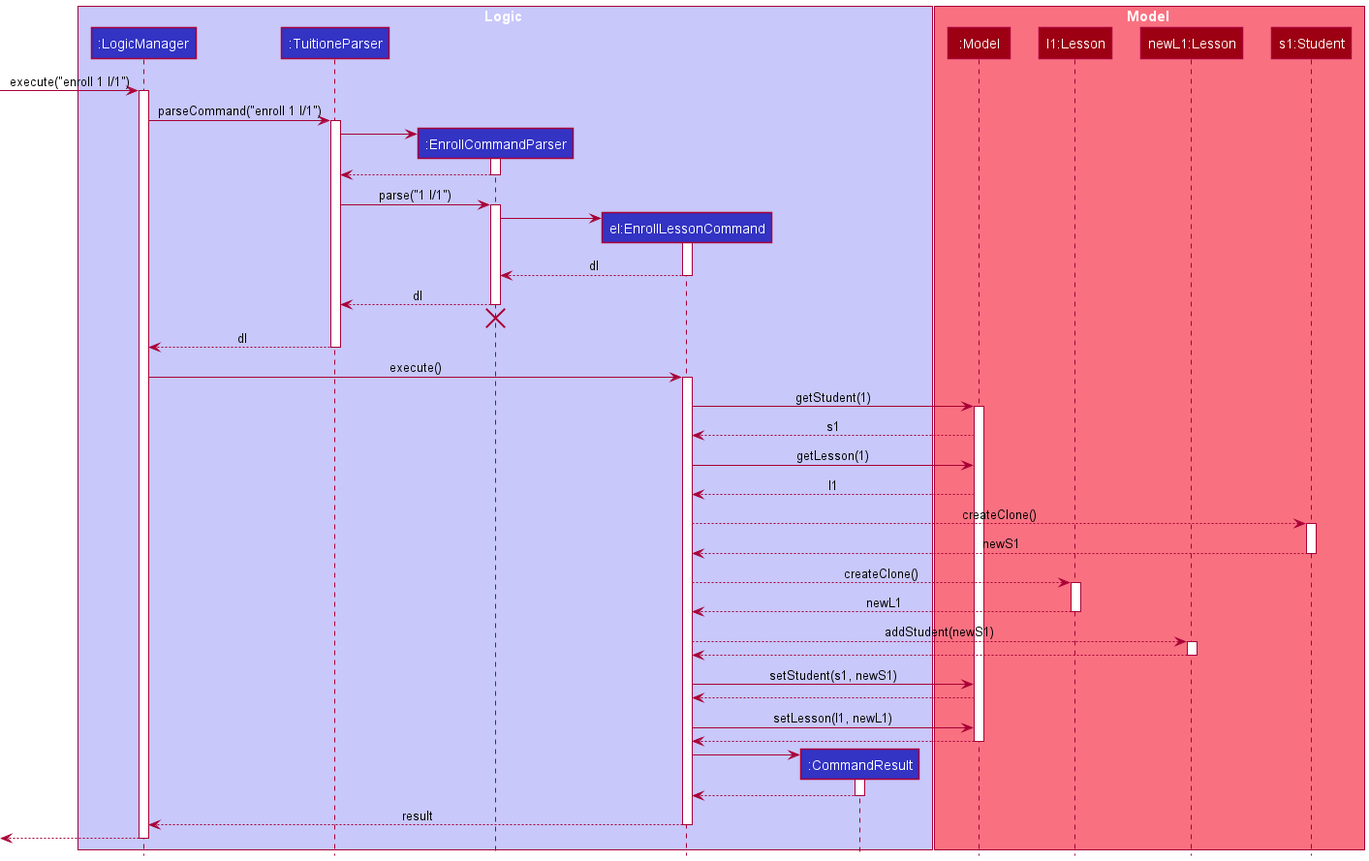
Before: docs/images/EnrollLessonSequenceDiagram.png, a diagram exported from PlantUML (nus-cs2103-AY2122S1/tp). Its diagram source:
```plantuml
@startuml
!include style.puml

box Logic LOGIC_COLOR_T1
participant ":LogicManager" as LogicManager LOGIC_COLOR
participant ":TuitioneParser" as TuitioneParser LOGIC_COLOR
participant ":EnrollCommandParser" as EnrollCommandParser LOGIC_COLOR
participant "el:EnrollLessonCommand" as EnrollLessonCommand LOGIC_COLOR
participant ":CommandResult" as CommandResult LOGIC_COLOR
end box

box Model MODEL_COLOR_T1
participant ":Model" as Model MODEL_COLOR
participant "l1:Lesson" as LessonL1 MODEL_COLOR
participant "newL1:Lesson" as NewLesson MODEL_COLOR
participant "s1:Student" as StudentS1 MODEL_COLOR


end box

[-> LogicManager : execute("enroll 1 l/1")
activate LogicManager

LogicManager -> TuitioneParser : parseCommand("enroll 1 l/1")
activate TuitioneParser

create EnrollCommandParser
TuitioneParser -> EnrollCommandParser

activate EnrollCommandParser
EnrollCommandParser --> TuitioneParser
deactivate EnrollCommandParser

TuitioneParser -> EnrollCommandParser : parse("1 l/1")
activate EnrollCommandParser

create EnrollLessonCommand
EnrollCommandParser -> EnrollLessonCommand :
activate EnrollLessonCommand

EnrollLessonCommand --> EnrollCommandParser : dl
deactivate EnrollLessonCommand

EnrollCommandParser --> TuitioneParser : dl
deactivate EnrollCommandParser
EnrollCommandParser -[hidden]-> TuitioneParser
destroy EnrollCommandParser

TuitioneParser --> LogicManager  : dl
deactivate TuitioneParser

LogicManager -> EnrollLessonCommand : execute()
activate EnrollLessonCommand

EnrollLessonCommand -> Model : getStudent(1)
activate Model

Model --> EnrollLessonCommand : s1

EnrollLessonCommand -> Model : getLesson(1)
Model --> EnrollLessonCommand : l1


EnrollLessonCommand --> StudentS1 : createClone()
activate "StudentS1"
StudentS1 --> EnrollLessonCommand : newS1
deactivate "StudentS1"

EnrollLessonCommand --> LessonL1 : createClone()
activate "LessonL1"
LessonL1 --> EnrollLessonCommand : newL1
deactivate "LessonL1"

EnrollLessonCommand --> NewLesson :addStudent(newS1)
activate "NewLesson"
NewLesson --> EnrollLessonCommand
deactivate "NewLesson"

EnrollLessonCommand -> Model : setStudent(s1, newS1)
Model --> EnrollLessonCommand

EnrollLessonCommand -> Model : setLesson(l1, newL1)
Model --> EnrollLessonCommand
deactivate Model

create CommandResult
EnrollLessonCommand -> CommandResult
activate CommandResult

CommandResult --> EnrollLessonCommand
deactivate CommandResult

EnrollLessonCommand --> LogicManager : result
deactivate EnrollLessonCommand

[<--LogicManager
deactivate LogicManager
@enduml
```
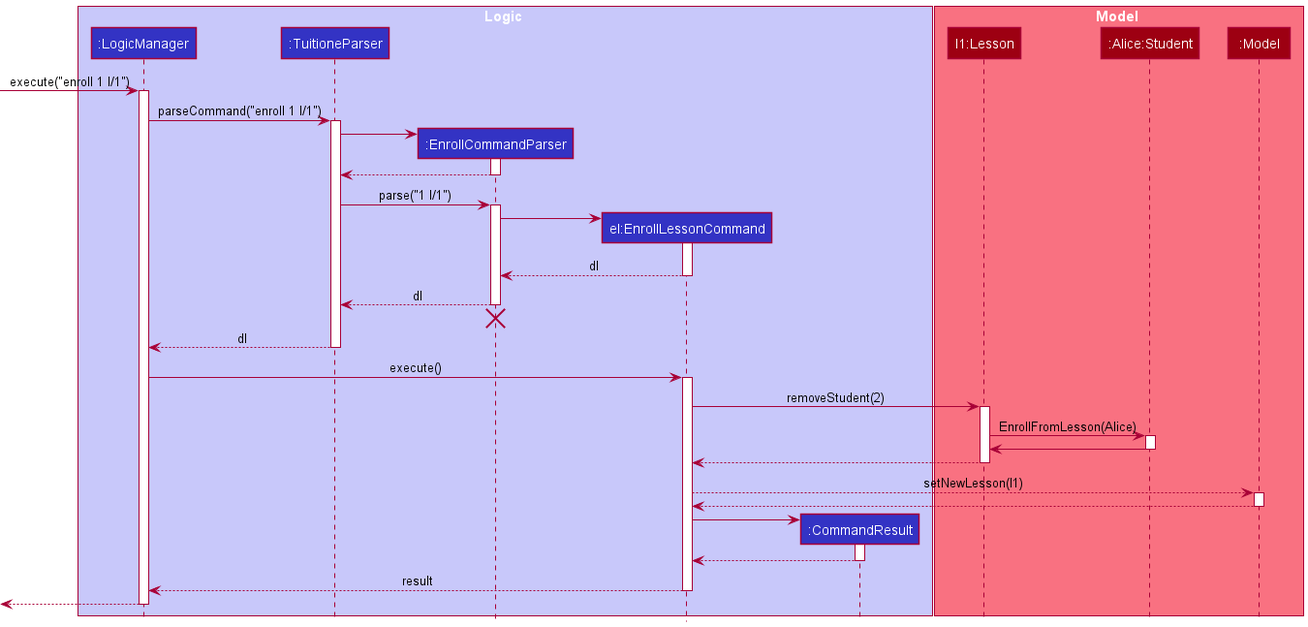
The same file after the commit.

Commit message:
Changes to Enroll Lesson Sequence Diagram

The edit, as a diff of the source:
```diff
@@ -10,10 +10,10 @@
 end box
 
 box Model MODEL_COLOR_T1
+participant "l1:Lesson" as Lesson MODEL_COLOR
+participant ":Alice:Student" as Student MODEL_COLOR
 participant ":Model" as Model MODEL_COLOR
-participant "l1:Lesson" as LessonL1 MODEL_COLOR
-participant "newL1:Lesson" as NewLesson MODEL_COLOR
-participant "s1:Student" as StudentS1 MODEL_COLOR
+
 
 
 end box
@@ -52,34 +52,21 @@
 LogicManager -> EnrollLessonCommand : execute()
 activate EnrollLessonCommand
 
-EnrollLessonCommand -> Model : getStudent(1)
+EnrollLessonCommand -> Lesson : removeStudent(2)
+activate Lesson
+
+Lesson -> Student : EnrollFromLesson(Alice)
+activate Student
+
+Student -> Lesson
+deactivate Student
+
+Lesson --> EnrollLessonCommand
+deactivate Lesson
+
+EnrollLessonCommand --> Model : setNewLesson(l1)
 activate Model
 
-Model --> EnrollLessonCommand : s1
-
-EnrollLessonCommand -> Model : getLesson(1)
-Model --> EnrollLessonCommand : l1
-
-
-EnrollLessonCommand --> StudentS1 : createClone()
-activate "StudentS1"
-StudentS1 --> EnrollLessonCommand : newS1
-deactivate "StudentS1"
-
-EnrollLessonCommand --> LessonL1 : createClone()
-activate "LessonL1"
-LessonL1 --> EnrollLessonCommand : newL1
-deactivate "LessonL1"
-
-EnrollLessonCommand --> NewLesson :addStudent(newS1)
-activate "NewLesson"
-NewLesson --> EnrollLessonCommand
-deactivate "NewLesson"
-
-EnrollLessonCommand -> Model : setStudent(s1, newS1)
-Model --> EnrollLessonCommand
-
-EnrollLessonCommand -> Model : setLesson(l1, newL1)
 Model --> EnrollLessonCommand
 deactivate Model
 
@@ -95,4 +82,5 @@
 
 [<--LogicManager
 deactivate LogicManager
+
 @enduml
```
